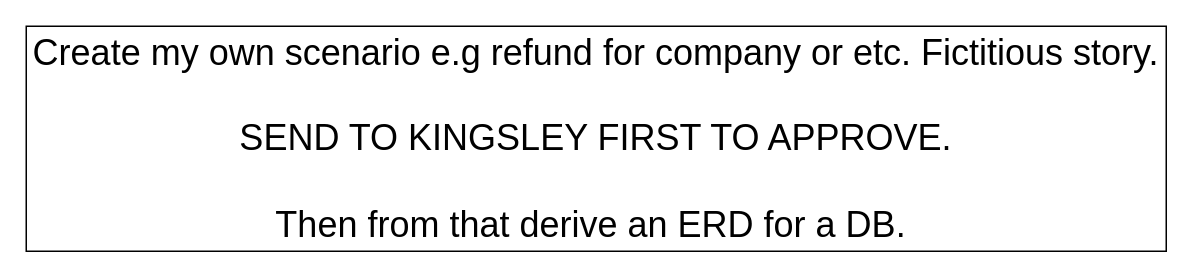
The draw.io diagram page "Assignment" (3 of 5) of Hotel Rating ER.drawio in Kascod/first-repo, before the edit. Source tidied: cells renumbered, new cells numbered last; positions are measured from the earlier drawing's top-left corner, leaving out a move shared by most shapes. Both pictures are drawn from the tidied source at 150%, with x=0, y=0 at pixel (26, 26).
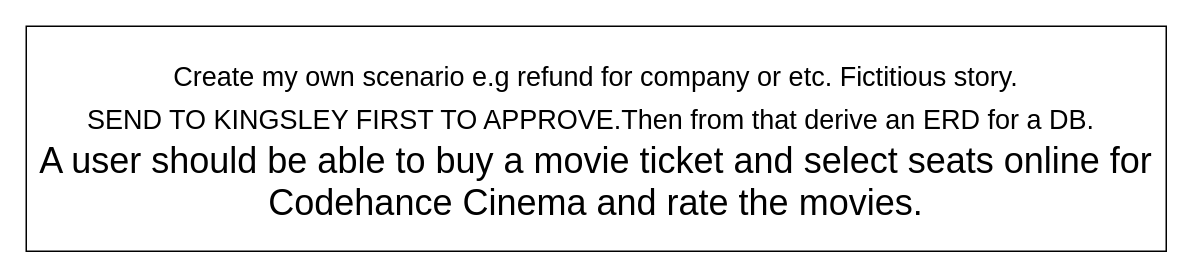
The same page after the edit.

Diff of the diagram source:
```diff
@@
 <mxGraphModel>
   <root>
     <mxCell id="0" />
     <mxCell id="1" parent="0" />
-    <mxCell id="2" value="&lt;span style=&quot;&quot;&gt;Create my own scenario e.g refund for company or etc. Fictitious story. &lt;br&gt;&lt;br&gt;SEND TO KINGSLEY FIRST TO APPROVE.&lt;br&gt;&lt;br&gt;Then from that derive an ERD for a DB.&amp;nbsp;&lt;/span&gt;" style="whiteSpace=wrap;html=1;fontSize=24;" parent="1" vertex="1">
+    <mxCell id="2" value="&lt;font style=&quot;font-size: 18px;&quot;&gt;Create my own scenario e.g refund for company or etc. Fictitious story. &lt;br&gt;SEND TO KINGSLEY FIRST TO APPROVE.Then from that derive an ERD for a DB.&lt;/font&gt;&amp;nbsp;&lt;br&gt;A user should be able to buy a movie ticket and select seats online for Codehance Cinema and rate the movies." style="whiteSpace=wrap;html=1;fontSize=24;" parent="1" vertex="1">
       <mxGeometry width="760" height="150" as="geometry" />
     </mxCell>
   </root>
 </mxGraphModel>
```
